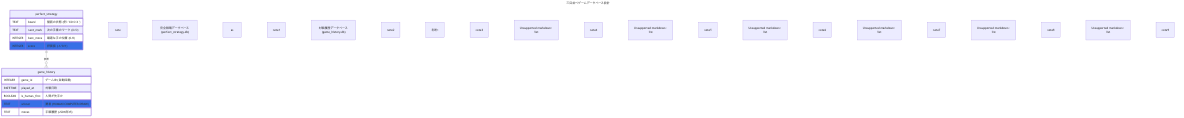
katoy/study-cursor keeps this Mermaid diagram as database/er_diagram.png. Above is the earlier version. Its source is kept beside it as database/er_diagram.mmd.
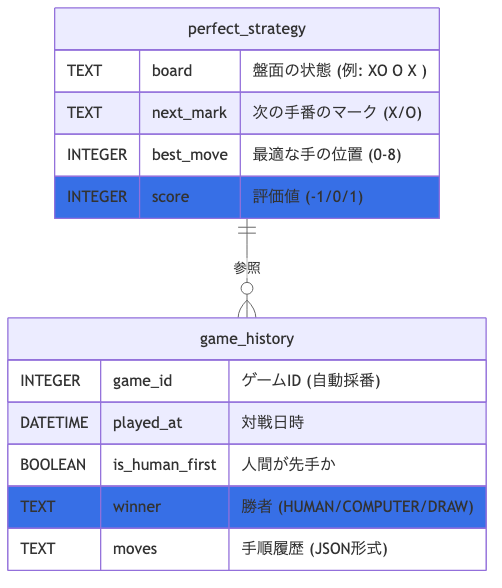
The same file after the commit.

The edit, as a diff of the source:
```diff
@@ -1,9 +1,6 @@
----
-title: 三目並べゲームデータベース設計
----
 erDiagram
     perfect_strategy {
-        TEXT board "盤面の状態 (例: 'XO  O X  ')"
+        TEXT board "盤面の状態 (例: XO  O X  )"
         TEXT next_mark "次の手番のマーク (X/O)"
         INTEGER best_move "最適な手の位置 (0-8)"
         INTEGER score "評価値 (-1/0/1)"
@@ -18,13 +15,3 @@
     }
 
     perfect_strategy ||--o{ game_history : "参照"
-
-    note "完全戦略データベース (perfect_strategy.db)" as note1
-    note "対戦履歴データベース (game_history.db)" as note2
-    note "制約:" as note3
-    note "- board: 長さ9の文字列 (空白/' '/X/O)" as note4
-    note "- next_mark: X/O" as note5
-    note "- best_move: 0-8の整数" as note6
-    note "- score: -1/0/1" as note7
-    note "- winner: HUMAN/COMPUTER/DRAW" as note8
-    note "- moves: [(位置, マーク), ...]" as note9
```
